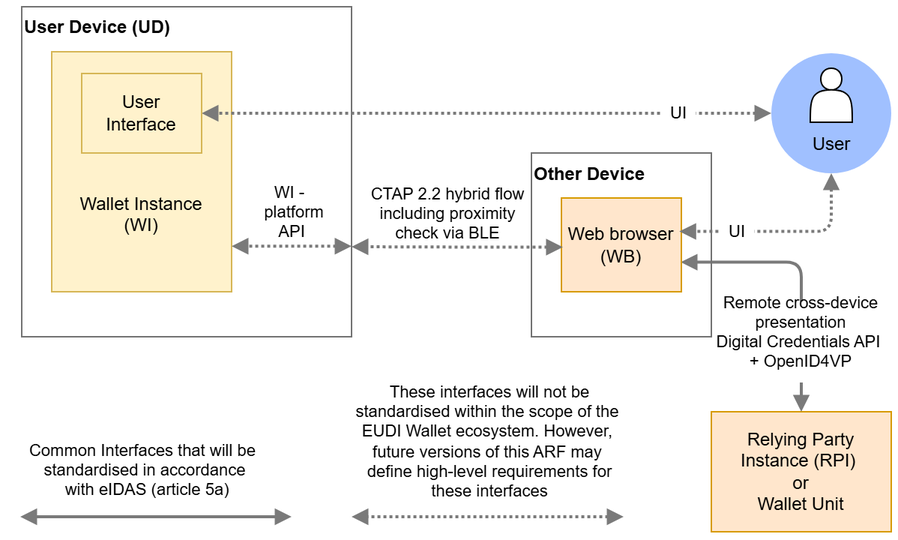
This is 1.0.0/media/Figure_5_Remote_Cross-Device_Flow.png from rawmain/architecture-and-reference-framework, a draw.io export, as it was before one commit. Source tidied: cells renumbered, new cells last; positions are measured from the earlier drawing's top-left corner, leaving out a move shared by most shapes.
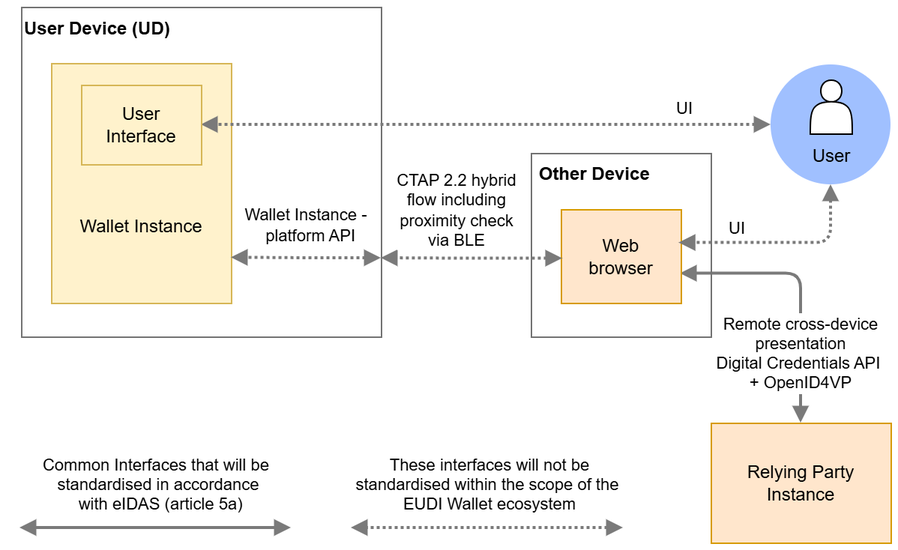
Above is the later version.

What changed in the source:
```diff
@@ -3,15 +3,15 @@
     <mxCell id="0" />
     <mxCell id="1" parent="0" />
     <mxCell id="2" value="User Device (UD)" style="rounded=0;whiteSpace=wrap;html=1;fillColor=none;verticalAlign=top;align=left;strokeColor=#737373;fontStyle=1;" parent="1" vertex="1">
-      <mxGeometry x="1" width="220" height="220" as="geometry" />
+      <mxGeometry x="1" y="-7.5" width="240" height="220" as="geometry" />
     </mxCell>
-    <mxCell id="3" value="&lt;div&gt;&lt;font style=&quot;color: light-dark(rgb(0, 0, 0), rgb(0, 0, 0));&quot;&gt;&lt;br&gt;&lt;/font&gt;&lt;/div&gt;&lt;font style=&quot;color: light-dark(rgb(0, 0, 0), rgb(0, 0, 0));&quot;&gt;&lt;div&gt;&lt;font style=&quot;color: light-dark(rgb(0, 0, 0), rgb(0, 0, 0));&quot;&gt;&lt;br&gt;&lt;/font&gt;&lt;/div&gt;&lt;div&gt;&lt;font style=&quot;color: light-dark(rgb(0, 0, 0), rgb(0, 0, 0));&quot;&gt;&lt;br&gt;&lt;/font&gt;&lt;/div&gt;&lt;div&gt;&lt;font style=&quot;color: light-dark(rgb(0, 0, 0), rgb(0, 0, 0));&quot;&gt;&lt;br&gt;&lt;/font&gt;&lt;/div&gt;Wallet Instance&lt;/font&gt;&lt;div&gt;&lt;font style=&quot;color: light-dark(rgb(0, 0, 0), rgb(0, 0, 0));&quot;&gt;(WI)&lt;/font&gt;&lt;/div&gt;" style="rounded=0;whiteSpace=wrap;html=1;fillColor=#fff2cc;strokeWidth=1;strokeColor=#d6b656;verticalAlign=middle;" parent="1" vertex="1">
+    <mxCell id="3" value="&lt;div&gt;&lt;font style=&quot;color: light-dark(rgb(0, 0, 0), rgb(0, 0, 0));&quot;&gt;&lt;br&gt;&lt;/font&gt;&lt;/div&gt;&lt;font style=&quot;color: light-dark(rgb(0, 0, 0), rgb(0, 0, 0));&quot;&gt;&lt;div&gt;&lt;font style=&quot;color: light-dark(rgb(0, 0, 0), rgb(0, 0, 0));&quot;&gt;&lt;br&gt;&lt;/font&gt;&lt;/div&gt;&lt;div&gt;&lt;font style=&quot;color: light-dark(rgb(0, 0, 0), rgb(0, 0, 0));&quot;&gt;&lt;br&gt;&lt;/font&gt;&lt;/div&gt;&lt;div&gt;&lt;font style=&quot;color: light-dark(rgb(0, 0, 0), rgb(0, 0, 0));&quot;&gt;&lt;br&gt;&lt;/font&gt;&lt;/div&gt;Wallet Instance&lt;/font&gt;" style="rounded=0;whiteSpace=wrap;html=1;fillColor=#fff2cc;strokeWidth=1;strokeColor=#d6b656;verticalAlign=middle;" parent="1" vertex="1">
       <mxGeometry x="21" y="30" width="120" height="160" as="geometry" />
     </mxCell>
     <mxCell id="4" style="ellipse;whiteSpace=wrap;html=1;fillColor=#A0C0FF;strokeWidth=2;strokeColor=none;" parent="1" vertex="1">
       <mxGeometry x="501" y="31" width="80" height="80" as="geometry" />
     </mxCell>
-    <mxCell id="5" value="&lt;font style=&quot;color: light-dark(rgb(0, 0, 0), rgb(0, 0, 0));&quot;&gt;Relying Party Instance (RPI)&amp;nbsp;&lt;/font&gt;&lt;div&gt;&lt;font style=&quot;color: light-dark(rgb(0, 0, 0), rgb(0, 0, 0));&quot;&gt;or&lt;/font&gt;&lt;/div&gt;&lt;div&gt;&lt;font style=&quot;color: light-dark(rgb(0, 0, 0), rgb(0, 0, 0));&quot;&gt;Wallet Unit&lt;/font&gt;&lt;/div&gt;" style="rounded=0;whiteSpace=wrap;html=1;fillColor=#ffe6cc;strokeColor=#d79b00;" parent="1" vertex="1">
+    <mxCell id="5" value="&lt;font style=&quot;color: light-dark(rgb(0, 0, 0), rgb(0, 0, 0));&quot;&gt;Relying Party Instance&lt;/font&gt;" style="rounded=0;whiteSpace=wrap;html=1;fillColor=#ffe6cc;strokeColor=#d79b00;" parent="1" vertex="1">
       <mxGeometry x="461" y="270" width="120" height="80" as="geometry" />
     </mxCell>
     <mxCell id="6" style="edgeStyle=orthogonalEdgeStyle;rounded=1;jettySize=auto;html=1;exitX=0;exitY=0.5;exitDx=0;exitDy=0;strokeColor=light-dark(#7a7a7a, #7a8896);startArrow=block;startFill=1;strokeWidth=2;endArrow=block;endFill=1;entryX=1;entryY=0.5;entryDx=0;entryDy=0;dashed=1;dashPattern=1 1;curved=0;" parent="1" edge="1" source="4" target="9">
@@ -19,7 +19,7 @@
     </mxCell>
     <mxCell id="7" value="&amp;nbsp; UI&amp;nbsp;&amp;nbsp;" style="edgeLabel;html=1;align=center;verticalAlign=middle;" parent="6" vertex="1">
       <mxGeometry x="0.08" y="1" relative="1" as="geometry">
-        <mxPoint x="143" y="-1" as="offset" />
+        <mxPoint x="146" y="-13" as="offset" />
       </mxGeometry>
     </mxCell>
     <mxCell id="8" style="shape=actor;whiteSpace=wrap;html=1;strokeWidth=1;" parent="1" vertex="1">
@@ -31,7 +31,7 @@
     <mxCell id="10" value="&lt;font style=&quot;color: light-dark(rgb(0, 0, 0), rgb(0, 0, 0));&quot;&gt;User&lt;/font&gt;" style="text;html=1;align=center;verticalAlign=middle;strokeColor=none;fillColor=none;" parent="1" vertex="1">
       <mxGeometry x="516" y="77" width="50" height="30" as="geometry" />
     </mxCell>
-    <mxCell id="11" value="Remote cross-device&#10;presentation&#10;Digital Credentials API &#10;+ OpenID4VP&#10;" style="edgeStyle=orthogonalEdgeStyle;endArrow=block;startArrow=block;startFill=1;strokeColor=light-dark(#7a7a7a, #4B5C6B);labelBackgroundColor=default;fontColor=light-dark(#000000,#000000);textShadow=0;strokeWidth=2;entryX=0.5;entryY=0;entryDx=0;entryDy=0;fontStyle=0;exitX=0.994;exitY=0.685;exitDx=0;exitDy=0;exitPerimeter=0;" parent="1" edge="1" source="16" target="5">
+    <mxCell id="11" value="Remote cross-device&#10;presentation&#10;Digital Credentials API &#10;+ OpenID4VP" style="edgeStyle=orthogonalEdgeStyle;endArrow=block;startArrow=block;startFill=1;strokeColor=light-dark(#7a7a7a, #4B5C6B);labelBackgroundColor=default;fontColor=light-dark(#000000,#000000);textShadow=0;strokeWidth=2;entryX=0.5;entryY=0;entryDx=0;entryDy=0;fontStyle=0;exitX=0.994;exitY=0.685;exitDx=0;exitDy=0;exitPerimeter=0;" parent="1" edge="1" source="16" target="5">
       <mxGeometry x="0.48" relative="1" as="geometry" />
     </mxCell>
     <mxCell id="12" style="edgeStyle=orthogonalEdgeStyle;rounded=0;orthogonalLoop=1;jettySize=auto;html=1;strokeColor=light-dark(#7a7a7a, #7a8896);startArrow=block;startFill=1;strokeWidth=2;endArrow=block;endFill=1;" parent="1" edge="1">
@@ -42,7 +42,7 @@
     </mxCell>
     <mxCell id="13" value="Common Interfaces that will be&amp;nbsp;&lt;div&gt;standardised in accordance&lt;/div&gt;&lt;div&gt;&amp;nbsp;with eIDAS (article 5a)&lt;/div&gt;" style="edgeLabel;html=1;align=center;verticalAlign=middle;" parent="12" vertex="1">
       <mxGeometry x="0.08" y="1" relative="1" as="geometry">
-        <mxPoint y="-32" as="offset" />
+        <mxPoint x="8" y="-31" as="offset" />
       </mxGeometry>
     </mxCell>
     <mxCell id="14" style="edgeStyle=orthogonalEdgeStyle;rounded=0;orthogonalLoop=1;jettySize=auto;html=1;strokeColor=light-dark(#7a7a7a, #7a8896);startArrow=block;startFill=1;strokeWidth=2;endArrow=block;endFill=1;entryX=1;entryY=0.5;entryDx=0;entryDy=0;dashed=1;dashPattern=1 1;" parent="1" edge="1">
@@ -51,23 +51,23 @@
         <mxPoint x="221" y="340" as="targetPoint" />
       </mxGeometry>
     </mxCell>
-    <mxCell id="15" value="These interfaces will not be&lt;div&gt;standardised within the scope of the&amp;nbsp;&lt;/div&gt;&lt;div&gt;EUDI Wallet ecosystem. However,&amp;nbsp;&lt;/div&gt;&lt;div&gt;future versions of this ARF may&amp;nbsp;&lt;/div&gt;&lt;div&gt;define high-level requirements for&lt;/div&gt;&lt;div&gt;these interfaces&lt;/div&gt;" style="edgeLabel;html=1;align=center;verticalAlign=middle;" parent="14" vertex="1">
+    <mxCell id="15" value="These interfaces will not be&lt;div&gt;standardised within the scope of the&amp;nbsp;&lt;/div&gt;&lt;div&gt;EUDI Wallet ecosystem&lt;/div&gt;" style="edgeLabel;html=1;align=center;verticalAlign=middle;" parent="14" vertex="1">
       <mxGeometry x="0.08" y="1" relative="1" as="geometry">
-        <mxPoint x="8" y="-51" as="offset" />
+        <mxPoint x="8" y="-31" as="offset" />
       </mxGeometry>
     </mxCell>
-    <mxCell id="16" value="Web browser&lt;div&gt;&lt;span style=&quot;background-color: transparent; color: light-dark(rgb(0, 0, 0), rgb(255, 255, 255));&quot;&gt;(WB)&lt;/span&gt;&lt;/div&gt;" style="rounded=0;whiteSpace=wrap;html=1;fillColor=#ffe6cc;strokeColor=#d79b00;" parent="1" vertex="1">
+    <mxCell id="16" value="Web&lt;div&gt;browser&lt;/div&gt;" style="rounded=0;whiteSpace=wrap;html=1;fillColor=#ffe6cc;strokeColor=#d79b00;" parent="1" vertex="1">
       <mxGeometry x="361" y="127.5" width="80" height="62.5" as="geometry" />
     </mxCell>
     <mxCell id="17" style="edgeStyle=orthogonalEdgeStyle;rounded=1;orthogonalLoop=1;jettySize=auto;html=1;strokeColor=light-dark(#7a7a7a, #7a8896);startArrow=block;startFill=1;strokeWidth=2;endArrow=block;endFill=1;dashed=1;dashPattern=1 1;curved=0;" parent="1" edge="1">
       <mxGeometry relative="1" as="geometry">
-        <mxPoint x="221" y="159.6" as="sourcePoint" />
+        <mxPoint x="241" y="160" as="sourcePoint" />
         <mxPoint x="141" y="159.6" as="targetPoint" />
       </mxGeometry>
     </mxCell>
-    <mxCell id="18" value="WI -&amp;nbsp;&lt;div&gt;&amp;nbsp;platform&lt;div&gt;API&lt;/div&gt;&lt;/div&gt;" style="edgeLabel;html=1;align=center;verticalAlign=middle;" parent="17" vertex="1">
+    <mxCell id="18" value="Wallet Instance -&amp;nbsp;&lt;div&gt;&amp;nbsp;platform&amp;nbsp;&lt;span style=&quot;background-color: light-dark(#ffffff, var(--ge-dark-color, #121212)); color: light-dark(rgb(0, 0, 0), rgb(255, 255, 255));&quot;&gt;API&lt;/span&gt;&lt;/div&gt;" style="edgeLabel;html=1;align=center;verticalAlign=middle;" parent="17" vertex="1">
       <mxGeometry x="-0.22" relative="1" as="geometry">
-        <mxPoint x="-9" y="-23" as="offset" />
+        <mxPoint x="-11" y="-23" as="offset" />
       </mxGeometry>
     </mxCell>
     <mxCell id="19" style="edgeStyle=orthogonalEdgeStyle;rounded=1;jettySize=auto;html=1;exitX=0.5;exitY=1;exitDx=0;exitDy=0;strokeColor=light-dark(#7a7a7a, #7a8896);startArrow=block;startFill=1;strokeWidth=2;endArrow=block;endFill=1;dashed=1;dashPattern=1 1;entryX=0.983;entryY=0.357;entryDx=0;entryDy=0;entryPerimeter=0;curved=0;" parent="1" edge="1" source="4" target="16">
@@ -79,20 +79,20 @@
     </mxCell>
     <mxCell id="20" value="&amp;nbsp; UI&amp;nbsp;&amp;nbsp;" style="edgeLabel;html=1;align=center;verticalAlign=middle;" parent="19" vertex="1">
       <mxGeometry x="0.08" y="1" relative="1" as="geometry">
-        <mxPoint x="-26" y="-1" as="offset" />
+        <mxPoint x="-26" y="-11" as="offset" />
       </mxGeometry>
     </mxCell>
-    <mxCell id="21" value="Other Device" style="rounded=0;whiteSpace=wrap;html=1;fillColor=none;verticalAlign=top;align=left;strokeColor=#737373;fontStyle=1;" parent="1" vertex="1">
-      <mxGeometry x="341" y="97.5" width="120" height="122.5" as="geometry" />
+    <mxCell id="21" value="&amp;nbsp;Other Device" style="rounded=0;whiteSpace=wrap;html=1;fillColor=none;verticalAlign=top;align=left;strokeColor=#737373;fontStyle=1;" parent="1" vertex="1">
+      <mxGeometry x="341" y="90" width="120" height="122.5" as="geometry" />
     </mxCell>
     <mxCell id="22" style="edgeStyle=orthogonalEdgeStyle;rounded=1;jettySize=auto;html=1;strokeColor=light-dark(#7a7a7a, #7a8896);startArrow=block;startFill=1;strokeWidth=2;endArrow=block;endFill=1;dashed=1;dashPattern=1 1;curved=0;exitX=0.012;exitY=0.524;exitDx=0;exitDy=0;exitPerimeter=0;" parent="1" edge="1" source="16">
       <mxGeometry relative="1" as="geometry">
-        <mxPoint x="221" y="160" as="targetPoint" />
+        <mxPoint x="241" y="160" as="targetPoint" />
       </mxGeometry>
     </mxCell>
-    <mxCell id="23" value="CTAP 2.2 hybrid flow&lt;div&gt;including proximity&lt;/div&gt;&lt;div&gt;check via BLE&lt;/div&gt;" style="edgeLabel;html=1;align=center;verticalAlign=middle;" parent="22" vertex="1">
+    <mxCell id="23" value="CTAP 2.2 hybrid&lt;div&gt;flow&amp;nbsp;&lt;span style=&quot;background-color: light-dark(#ffffff, var(--ge-dark-color, #121212)); color: light-dark(rgb(0, 0, 0), rgb(255, 255, 255));&quot;&gt;including&lt;/span&gt;&lt;/div&gt;&lt;div&gt;&lt;span style=&quot;background-color: light-dark(#ffffff, var(--ge-dark-color, #121212)); color: light-dark(rgb(0, 0, 0), rgb(255, 255, 255));&quot;&gt;proximity&amp;nbsp;&lt;/span&gt;&lt;span style=&quot;background-color: light-dark(#ffffff, var(--ge-dark-color, #121212)); color: light-dark(rgb(0, 0, 0), rgb(255, 255, 255));&quot;&gt;check&lt;/span&gt;&lt;/div&gt;&lt;div&gt;&lt;span style=&quot;background-color: light-dark(#ffffff, var(--ge-dark-color, #121212)); color: light-dark(rgb(0, 0, 0), rgb(255, 255, 255));&quot;&gt;via BLE&lt;/span&gt;&lt;/div&gt;" style="edgeLabel;html=1;align=center;verticalAlign=middle;" parent="22" vertex="1">
       <mxGeometry x="-0.22" relative="1" as="geometry">
-        <mxPoint x="-22" y="-23" as="offset" />
+        <mxPoint x="-24" y="-33" as="offset" />
       </mxGeometry>
     </mxCell>
   </root>
```
